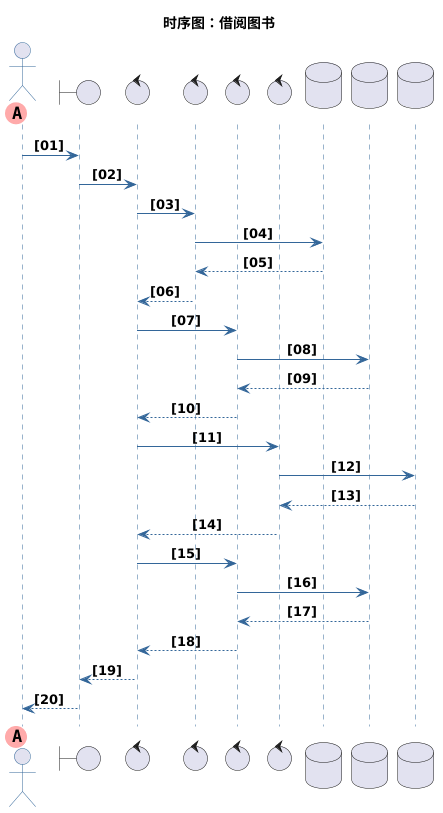
Earlier version of the PlantUML export output/library_UML/sequence_diagrams/借阅图书.png (Sunday17/UML-LLM). Its diagram source:
```plantuml
@startuml
title 时序图：借阅图书
skinparam maxMessageSize 150
skinparam sequenceMessageAlign center
autonumber "<b>[00]"

skinparam sequence {
    ArrowColor #336699
    ActorBorderColor #336699
    LifeLineBorderColor #336699
    LifeLineBackgroundColor #E2E8F0

    ParticipantBorderColor #336699
    ParticipantBackgroundColor #EBF4FA
    ParticipantFontColor #333333
    ParticipantFontSize 14

    DatabaseBorderColor #336699
    DatabaseBackgroundColor #EBF4FA
    DatabaseFontColor #333333

    BoundaryBorderColor #336699
    BoundaryBackgroundColor #EBF4FA

    ControlBorderColor #336699
    ControlBackgroundColor #EBF4FA
}




actor "师生" << (A,#FFAAAA) >> order 0





boundary "图书借阅界面"





control "借阅管理服务"





control "用户身份验证服务"





control "图书状态管理服务"





control "借阅记录服务"





database "用户数据库"





database "图书数据库"





database "借阅记录数据库"








"师生" -> "图书借阅界面" : 输入图书编号并提交借阅请求



"图书借阅界面" -> "借阅管理服务" : 发送借阅请求，包含用户ID和图书ID



"借阅管理服务" -> "用户身份验证服务" : 请求验证用户身份



"用户身份验证服务" -> "用户数据库" : 查询用户信息及借阅权限



"用户数据库" --> "用户身份验证服务" : 返回用户验证结果



"用户身份验证服务" --> "借阅管理服务" : 返回用户身份验证结果



"借阅管理服务" -> "图书状态管理服务" : 请求验证图书可借状态



"图书状态管理服务" -> "图书数据库" : 查询图书库存及借阅状态



"图书数据库" --> "图书状态管理服务" : 返回图书状态信息



"图书状态管理服务" --> "借阅管理服务" : 返回图书状态验证结果



"借阅管理服务" -> "借阅记录服务" : 请求创建借阅记录



"借阅记录服务" -> "借阅记录数据库" : 插入新的借阅记录



"借阅记录数据库" --> "借阅记录服务" : 返回借阅记录创建成功



"借阅记录服务" --> "借阅管理服务" : 返回借阅记录创建成功



"借阅管理服务" -> "图书状态管理服务" : 请求更新图书状态为已借出



"图书状态管理服务" -> "图书数据库" : 更新图书借阅状态



"图书数据库" --> "图书状态管理服务" : 返回图书状态更新成功



"图书状态管理服务" --> "借阅管理服务" : 返回图书状态更新成功



"借阅管理服务" --> "图书借阅界面" : 返回借阅成功结果



"图书借阅界面" --> "师生" : 显示借阅成功信息
@enduml
```
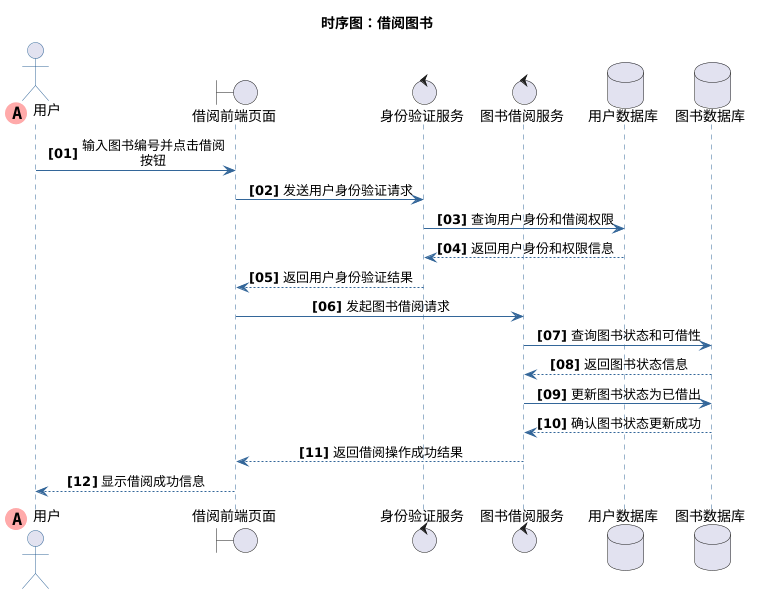
The same diagram one commit later.

The edit, as a diff of the source:
```diff
@@ -29,37 +29,25 @@
 
 
 
-actor "师生" << (A,#FFAAAA) >> order 0
+actor "用户" << (A,#FFAAAA) >> order 0
 
 
 
 
 
-boundary "图书借阅界面"
+boundary "借阅前端页面"
 
 
 
 
 
-control "借阅管理服务"
+control "身份验证服务"
 
 
 
 
 
-control "用户身份验证服务"
-
-
-
-
-
-control "图书状态管理服务"
-
-
-
-
-
-control "借阅记录服务"
+control "图书借阅服务"
 
 
 
@@ -77,90 +65,52 @@
 
 
 
-database "借阅记录数据库"
 
 
 
+"用户" -> "借阅前端页面" : 输入图书编号并点击借阅按钮
 
 
 
-
-
-"师生" -> "图书借阅界面" : 输入图书编号并提交借阅请求
+"借阅前端页面" -> "身份验证服务" : 发送用户身份验证请求
 
 
 
-"图书借阅界面" -> "借阅管理服务" : 发送借阅请求，包含用户ID和图书ID
+"身份验证服务" -> "用户数据库" : 查询用户身份和借阅权限
 
 
 
-"借阅管理服务" -> "用户身份验证服务" : 请求验证用户身份
+"用户数据库" --> "身份验证服务" : 返回用户身份和权限信息
 
 
 
-"用户身份验证服务" -> "用户数据库" : 查询用户信息及借阅权限
+"身份验证服务" --> "借阅前端页面" : 返回用户身份验证结果
 
 
 
-"用户数据库" --> "用户身份验证服务" : 返回用户验证结果
+"借阅前端页面" -> "图书借阅服务" : 发起图书借阅请求
 
 
 
-"用户身份验证服务" --> "借阅管理服务" : 返回用户身份验证结果
+"图书借阅服务" -> "图书数据库" : 查询图书状态和可借性
 
 
 
-"借阅管理服务" -> "图书状态管理服务" : 请求验证图书可借状态
+"图书数据库" --> "图书借阅服务" : 返回图书状态信息
 
 
 
-"图书状态管理服务" -> "图书数据库" : 查询图书库存及借阅状态
+"图书借阅服务" -> "图书数据库" : 更新图书状态为已借出
 
 
 
-"图书数据库" --> "图书状态管理服务" : 返回图书状态信息
+"图书数据库" --> "图书借阅服务" : 确认图书状态更新成功
 
 
 
-"图书状态管理服务" --> "借阅管理服务" : 返回图书状态验证结果
+"图书借阅服务" --> "借阅前端页面" : 返回借阅操作成功结果
 
 
 
-"借阅管理服务" -> "借阅记录服务" : 请求创建借阅记录
-
-
-
-"借阅记录服务" -> "借阅记录数据库" : 插入新的借阅记录
-
-
-
-"借阅记录数据库" --> "借阅记录服务" : 返回借阅记录创建成功
-
-
-
-"借阅记录服务" --> "借阅管理服务" : 返回借阅记录创建成功
-
-
-
-"借阅管理服务" -> "图书状态管理服务" : 请求更新图书状态为已借出
-
-
-
-"图书状态管理服务" -> "图书数据库" : 更新图书借阅状态
-
-
-
-"图书数据库" --> "图书状态管理服务" : 返回图书状态更新成功
-
-
-
-"图书状态管理服务" --> "借阅管理服务" : 返回图书状态更新成功
-
-
-
-"借阅管理服务" --> "图书借阅界面" : 返回借阅成功结果
-
-
-
-"图书借阅界面" --> "师生" : 显示借阅成功信息
+"借阅前端页面" --> "用户" : 显示借阅成功信息
 @enduml
```
